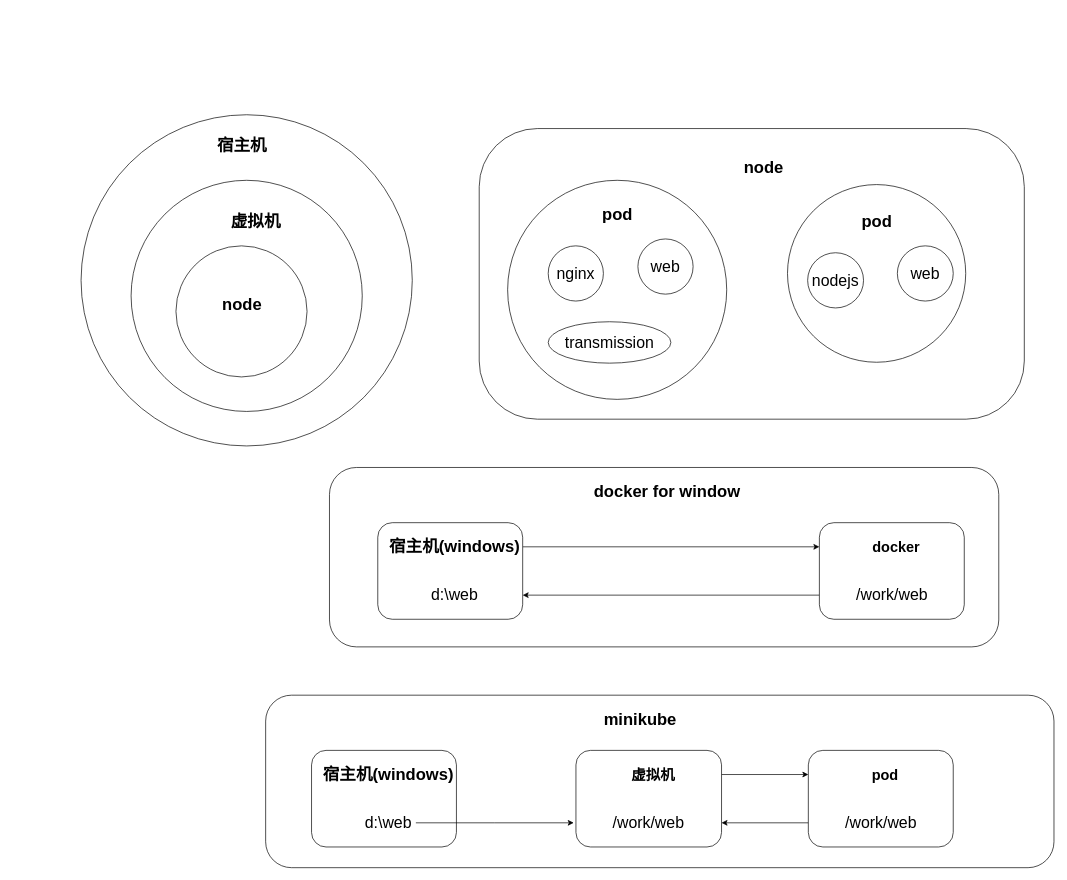
Sdator/Test keeps this draw.io diagram as Untitled Diagram.drawio. Above is the earlier version. Source tidied: cells renumbered, new cells numbered last; positions are measured from the earlier drawing's top-left corner, leaving out a move shared by most shapes. Both pictures are drawn from the tidied source at 69%, with x=0, y=0 at pixel (81, 115).
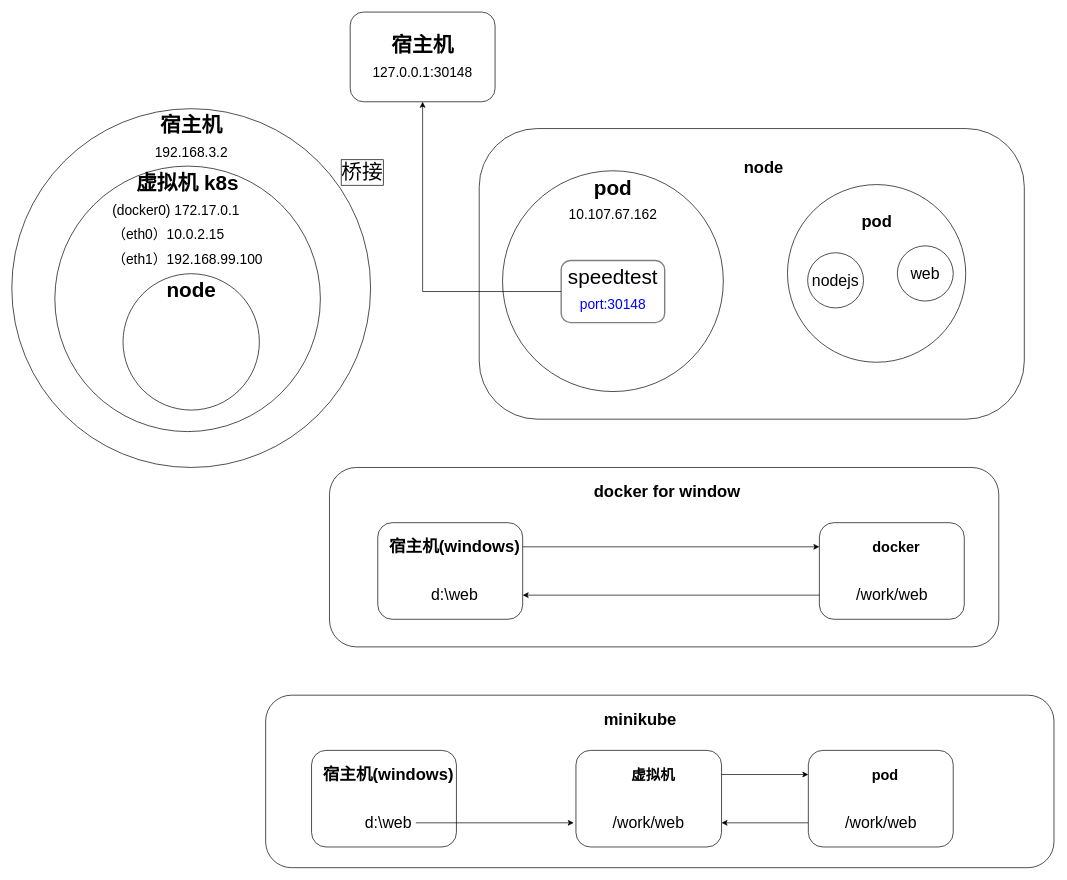
The same page after the edit.

Diff of the diagram source:
```diff
@@
-    <mxCell id="5" style="ellipse;whiteSpace=wrap;html=1;" parent="1" vertex="1">
-      <mxGeometry y="-0.2" width="480" height="480" as="geometry" />
-    </mxCell>
-    <mxCell id="6" value="&lt;h1&gt;宿主机&lt;/h1&gt;" style="text;html=1;align=center;verticalAlign=middle;" parent="1" vertex="1">
-      <mxGeometry x="187.5" y="19.8" width="90" height="50" as="geometry" />
-    </mxCell>
-    <mxCell id="7" style="ellipse;whiteSpace=wrap;html=1;" parent="1" vertex="1">
-      <mxGeometry x="72.5" y="94.8" width="335" height="335" as="geometry" />
-    </mxCell>
-    <mxCell id="8" value="&lt;h1&gt;虚拟机&lt;/h1&gt;" style="text;html=1;align=center;verticalAlign=middle;" parent="1" vertex="1">
-      <mxGeometry x="207.5" y="129.8" width="90" height="50" as="geometry" />
-    </mxCell>
-    <mxCell id="9" style="ellipse;whiteSpace=wrap;html=1;" parent="1" vertex="1">
-      <mxGeometry x="137.5" y="189.8" width="190" height="190" as="geometry" />
-    </mxCell>
-    <mxCell id="10" value="&lt;h1&gt;node&lt;/h1&gt;" style="text;html=1;align=center;verticalAlign=middle;" parent="1" vertex="1">
-      <mxGeometry x="197.5" y="249.8" width="70" height="50" as="geometry" />
-    </mxCell>
@@
-    <mxCell id="12" style="ellipse;whiteSpace=wrap;html=1;" parent="1" vertex="1">
-      <mxGeometry x="618.2" y="94.8" width="317.5" height="317.5" as="geometry" />
+    <mxCell id="12" value="pod&lt;br&gt;&lt;font style=&quot;font-size: 20px ; font-weight: normal&quot;&gt;10.107.67.162&lt;/font&gt;" style="ellipse;whiteSpace=wrap;html=1;verticalAlign=top;fontSize=30;fontStyle=1;" parent="1" vertex="1">
+      <mxGeometry x="610.8" y="81" width="320" height="320" as="geometry" />
     </mxCell>
-    <mxCell id="13" value="&lt;h1&gt;pod&lt;/h1&gt;" style="text;html=1;align=center;verticalAlign=middle;" parent="1" vertex="1">
-      <mxGeometry x="747" y="119.8" width="60" height="50" as="geometry" />
-    </mxCell>
-    <mxCell id="14" value="nginx" style="ellipse;whiteSpace=wrap;html=1;fontSize=23;" parent="1" vertex="1">
-      <mxGeometry x="677" y="189.8" width="80" height="80" as="geometry" />
-    </mxCell>
-    <mxCell id="15" value="web" style="ellipse;whiteSpace=wrap;html=1;fontSize=23;" parent="1" vertex="1">
-      <mxGeometry x="807" y="179.8" width="80" height="80" as="geometry" />
-    </mxCell>
-    <mxCell id="16" value="transmission" style="ellipse;whiteSpace=wrap;html=1;fontSize=23;flipH=0;flipV=1;direction=west;" parent="1" vertex="1">
-      <mxGeometry x="677" y="299.8" width="177.8" height="60" as="geometry" />
-    </mxCell>
@@
+    <mxCell id="43" style="group;" parent="1" vertex="1">
+      <mxGeometry x="-90" y="-9" width="520" height="520" as="geometry" />
+    </mxCell>
+    <mxCell id="5" value="&lt;div style=&quot;font-size: 30px&quot;&gt;&lt;span style=&quot;font-size: 30px&quot;&gt;宿主机&lt;/span&gt;&lt;br style=&quot;font-size: 30px&quot;&gt;&lt;/div&gt;&lt;div&gt;&lt;span style=&quot;font-weight: normal&quot;&gt;&lt;font style=&quot;font-size: 20px&quot;&gt;192.168.3.2&lt;/font&gt;&lt;/span&gt;&lt;/div&gt;" style="ellipse;whiteSpace=wrap;html=1;align=center;horizontal=1;verticalAlign=top;fontSize=30;fontStyle=1;" parent="43" vertex="1">
+      <mxGeometry x="-10.4" width="520" height="520" as="geometry" />
+    </mxCell>
+    <mxCell id="7" value="虚拟机 k8s&lt;br&gt;&lt;div style=&quot;text-align: left&quot;&gt;&lt;span style=&quot;font-size: 20px ; font-weight: 400&quot;&gt;(docker0&lt;/span&gt;&lt;span style=&quot;font-size: 20px ; font-weight: 400&quot;&gt;)&amp;nbsp;172.17.0.1&lt;/span&gt;&lt;/div&gt;&lt;font&gt;&lt;div style=&quot;text-align: left&quot;&gt;&lt;span style=&quot;font-size: 20px ; font-weight: 400&quot;&gt;（eth0）10.0.2.15&lt;/span&gt;&lt;/div&gt;&lt;font&gt;&lt;div style=&quot;text-align: left&quot;&gt;&lt;span style=&quot;font-size: 20px ; font-weight: 400&quot;&gt;（eth1）&lt;/span&gt;&lt;span style=&quot;font-size: 20px ; font-weight: normal&quot;&gt;192.168.99.100&lt;/span&gt;&lt;/div&gt;&lt;/font&gt;&lt;/font&gt;" style="ellipse;whiteSpace=wrap;html=1;verticalAlign=top;fontSize=30;fontStyle=1;" parent="43" vertex="1">
+      <mxGeometry x="52" y="83.2" width="384.8" height="384.8" as="geometry" />
+    </mxCell>
+    <mxCell id="9" value="node" style="ellipse;whiteSpace=wrap;html=1;fontStyle=1;fontSize=30;verticalAlign=top;" parent="43" vertex="1">
+      <mxGeometry x="150.8" y="239.2" width="197.6" height="197.6" as="geometry" />
+    </mxCell>
+    <mxCell id="44" style="edgeStyle=orthogonalEdgeStyle;rounded=0;jettySize=auto;html=1;fontSize=30;fontColor=#000000;" parent="1" edge="1" source="46" target="47">
+      <mxGeometry relative="1" as="geometry">
+        <Array as="points">
+          <mxPoint x="495" y="256" />
+        </Array>
+      </mxGeometry>
+    </mxCell>
+    <mxCell id="45" value="桥接" style="edgeLabel;html=1;align=center;verticalAlign=middle;fontSize=30;fontColor=#000000;labelBorderColor=#000000;" parent="44" vertex="1">
+      <mxGeometry x="-0.16" y="-87" relative="1" as="geometry">
+        <mxPoint x="-89" y="-87" as="offset" />
+      </mxGeometry>
+    </mxCell>
+    <mxCell id="46" value="speedtest&lt;br&gt;&lt;font style=&quot;font-size: 20px&quot; color=&quot;#0000ff&quot;&gt;port:30148&lt;/font&gt;" style="rounded=1;whiteSpace=wrap;html=1;shadow=0;glass=0;labelBackgroundColor=none;sketch=0;strokeWidth=2;fillColor=#ffffff;fontSize=30;fontColor=#000000;opacity=50;align=center;verticalAlign=top;" parent="1" vertex="1">
+      <mxGeometry x="695.8" y="211" width="150" height="90" as="geometry" />
+    </mxCell>
+    <mxCell id="47" value="宿主机&lt;br&gt;&lt;font style=&quot;font-size: 20px ; font-weight: normal&quot;&gt;127.0.0.1:30148&lt;/font&gt;" style="rounded=1;whiteSpace=wrap;html=1;fontSize=30;fontStyle=1;" parent="1" vertex="1">
+      <mxGeometry x="390" y="-149" width="210" height="130" as="geometry" />
+    </mxCell>
```
